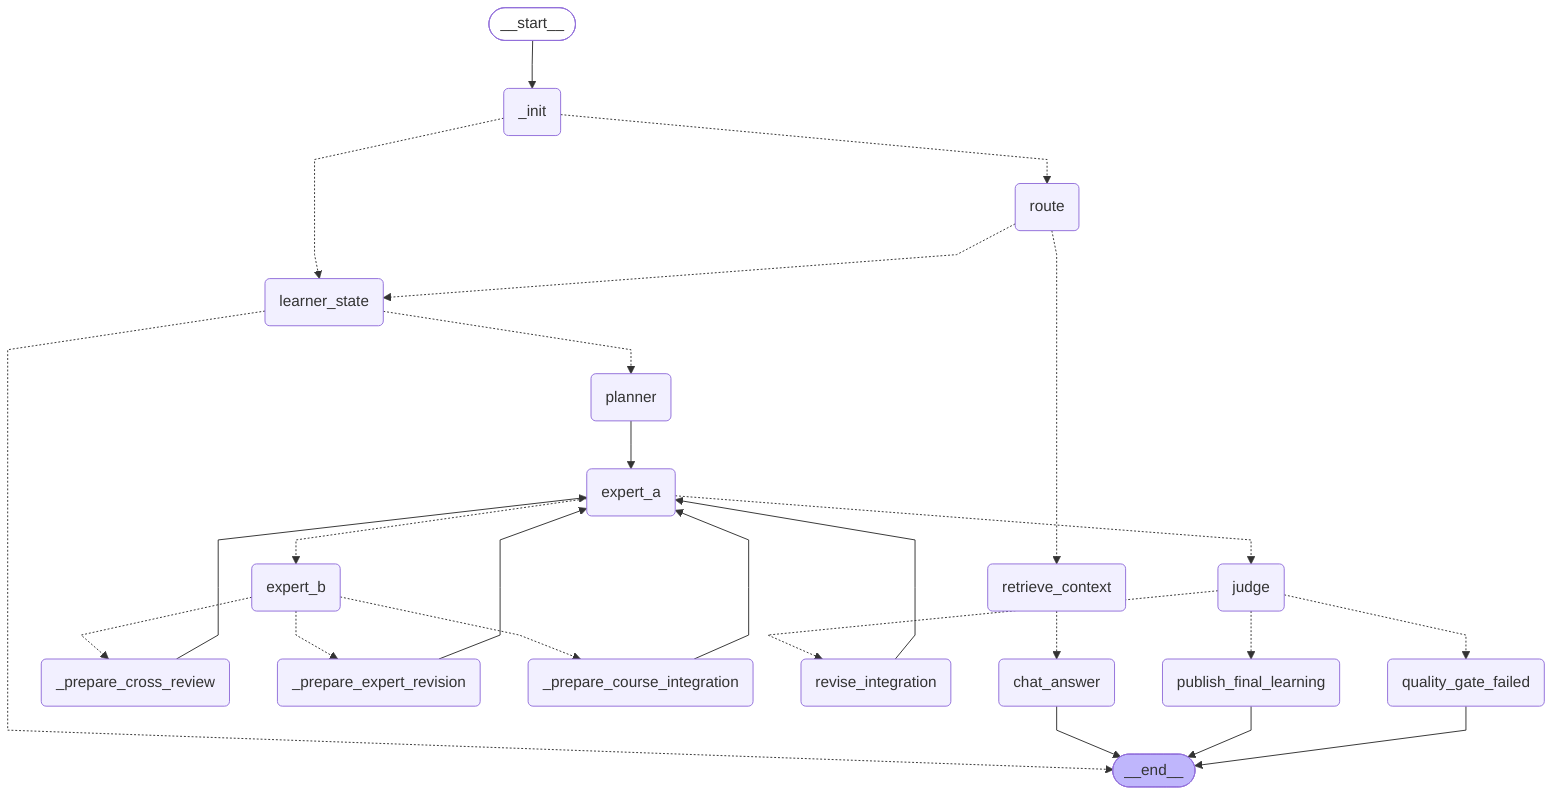
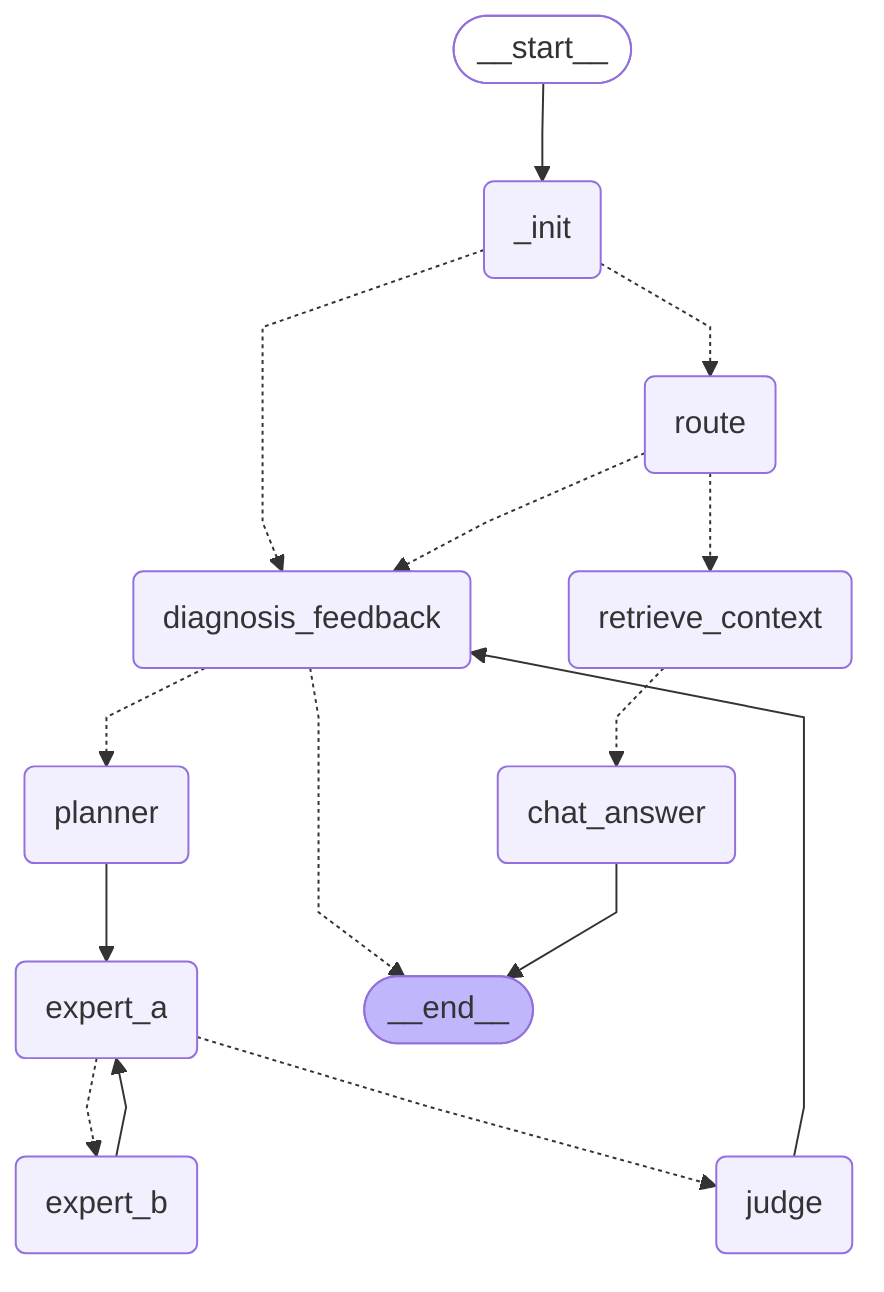
---
config:
  flowchart:
    curve: linear
---
graph TD;
	__start__([<p>__start__</p>]):::first
	_init(_init)
	route(route)
- 	learner_state(learner_state)
+ 	diagnosis_feedback(diagnosis_feedback)
	planner(planner)
	retrieve_context(retrieve_context)
	chat_answer(chat_answer)
	expert_a(expert_a)
	expert_b(expert_b)
	judge(judge)
- 	_prepare_cross_review(_prepare_cross_review)
- 	_prepare_expert_revision(_prepare_expert_revision)
- 	_prepare_course_integration(_prepare_course_integration)
- 	revise_integration(revise_integration)
- 	publish_final_learning(publish_final_learning)
- 	quality_gate_failed(quality_gate_failed)
	__end__([<p>__end__</p>]):::last
	__start__ --> _init;
- 	_init -.-> learner_state;
+ 	_init -.-> diagnosis_feedback;
	_init -.-> route;
- 	_prepare_course_integration --> expert_a;
- 	_prepare_cross_review --> expert_a;
- 	_prepare_expert_revision --> expert_a;
+ 	diagnosis_feedback -.-> __end__;
+ 	diagnosis_feedback -.-> planner;
	expert_a -.-> expert_b;
	expert_a -.-> judge;
- 	expert_b -.-> _prepare_course_integration;
- 	expert_b -.-> _prepare_cross_review;
- 	expert_b -.-> _prepare_expert_revision;
- 	judge -.-> publish_final_learning;
- 	judge -.-> quality_gate_failed;
- 	judge -.-> revise_integration;
- 	learner_state -.-> __end__;
- 	learner_state -.-> planner;
+ 	expert_b --> expert_a;
+ 	judge --> diagnosis_feedback;
	planner --> expert_a;
	retrieve_context -.-> chat_answer;
- 	revise_integration --> expert_a;
- 	route -.-> learner_state;
+ 	route -.-> diagnosis_feedback;
	route -.-> retrieve_context;
	chat_answer --> __end__;
- 	publish_final_learning --> __end__;
- 	quality_gate_failed --> __end__;
	classDef default fill:#f2f0ff,line-height:1.2
	classDef first fill-opacity:0
	classDef last fill:#bfb6fc
